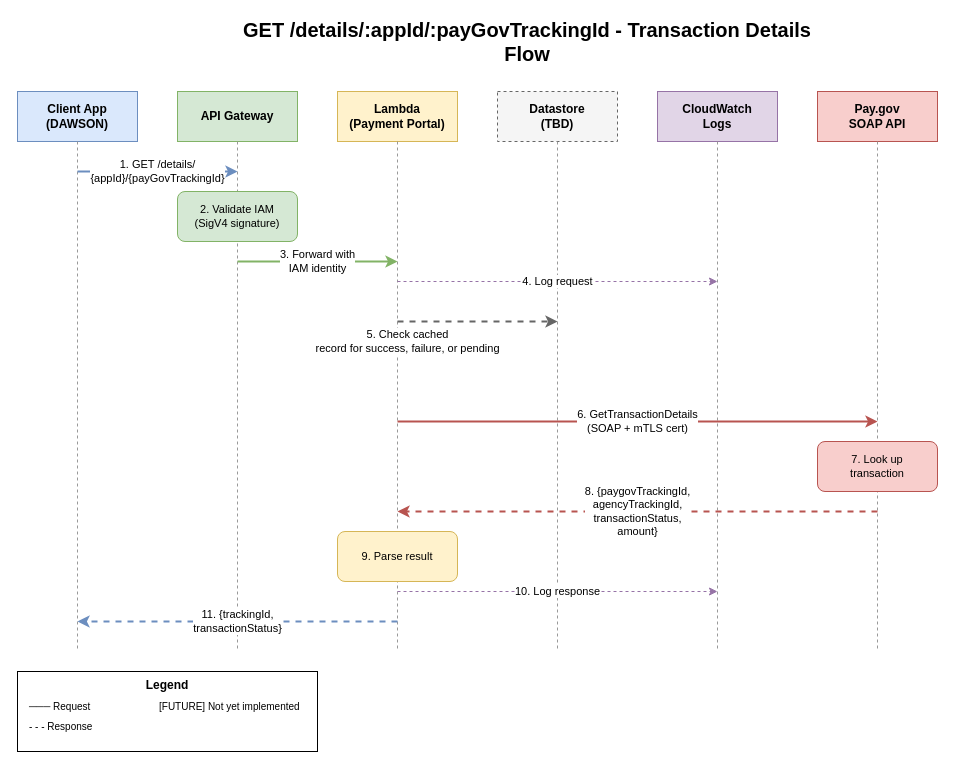
This is docs/diagrams/get-details-flow.drawio from ustaxcourt/ustc-payment-portal, a draw.io file, before an edit. Source tidied: cells renumbered, new cells numbered last; positions are measured from the earlier drawing's top-left corner, leaving out a move shared by most shapes. Both pictures are drawn from the tidied source at 100%, with x=0, y=0 at pixel (17, 21).
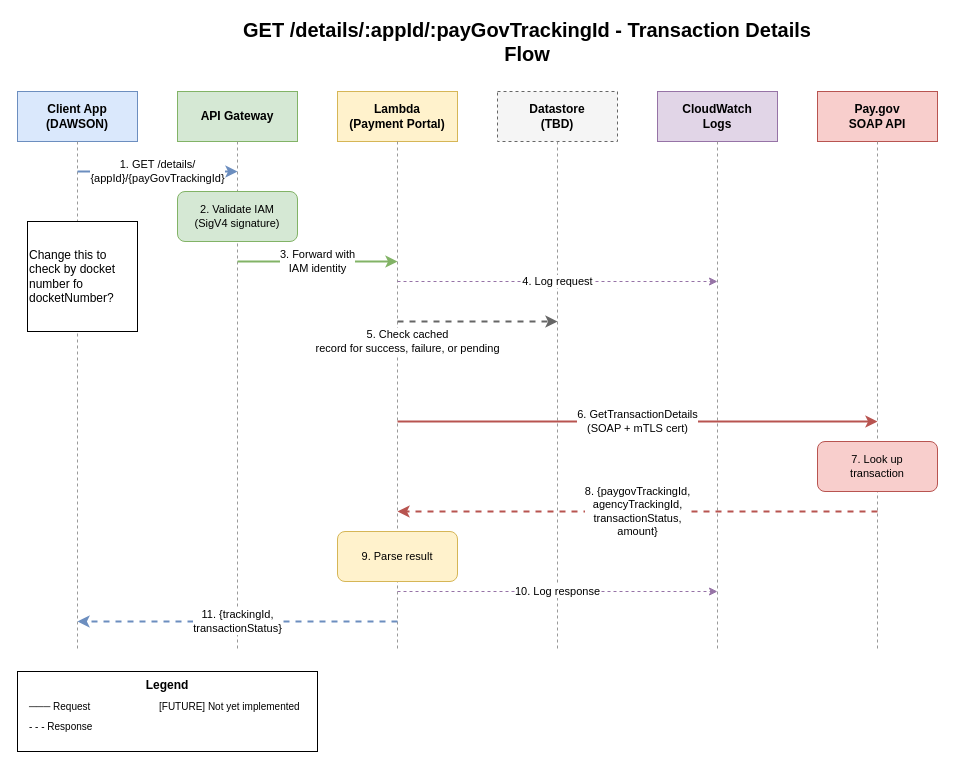
Above is the later version.

What changed in the source:
```diff
@@
+    <mxCell id="30" value="Change this to check by docket number fo docketNumber?" style="whiteSpace=wrap;html=1;align=left;" parent="1" vertex="1">
+      <mxGeometry x="10" y="200" width="110" height="110" as="geometry" />
+    </mxCell>
```
